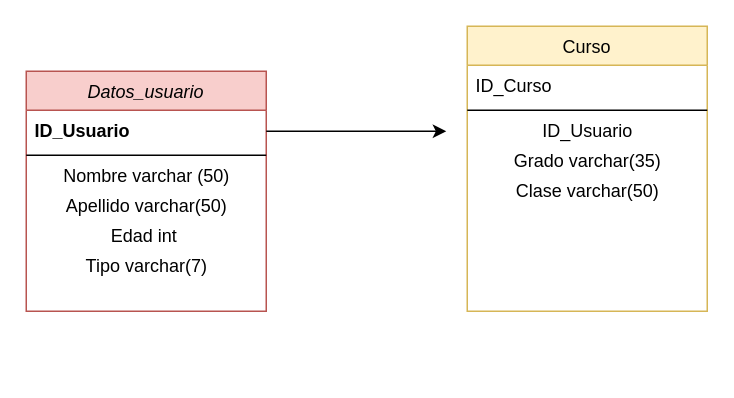
Earlier version of the draw.io diagram Ham-School.drawio (Ham-School/-event_up-mer). Source tidied: cells renumbered, new cells numbered last; positions are measured from the earlier drawing's top-left corner, leaving out a move shared by most shapes. Both pictures are drawn from the tidied source at 150%, with x=0, y=0 at pixel (26, 26).
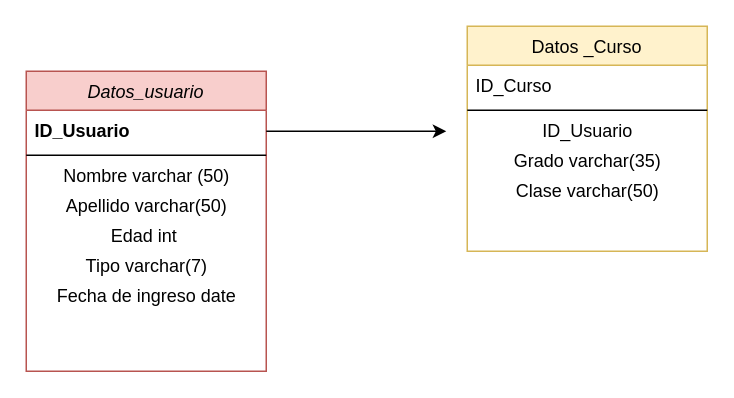
The same diagram, later.

Diff of the diagram source:
```diff
@@
 <mxGraphModel>
   <root>
     <mxCell id="0" />
     <mxCell id="1" parent="0" />
     <mxCell id="2" value="Datos_usuario" style="swimlane;fontStyle=2;align=center;verticalAlign=top;horizontal=1;startSize=26;rounded=0;shadow=0;strokeWidth=1;fillColor=#f8cecc;strokeColor=#b85450;" parent="1" vertex="1">
-      <mxGeometry y="30" width="160" height="160" as="geometry" />
+      <mxGeometry y="30" width="160" height="200" as="geometry" />
     </mxCell>
     <mxCell id="3" value="ID_Usuario" style="text;align=left;verticalAlign=top;spacingLeft=4;spacingRight=4;overflow=hidden;fontStyle=1;" parent="2" vertex="1">
       <mxGeometry y="26" width="160" height="26" as="geometry" />
     </mxCell>
     <mxCell id="4" style="line;html=1;strokeWidth=1;align=left;verticalAlign=middle;spacingTop=-1;spacingLeft=3;spacingRight=3;labelPosition=right;" parent="2" vertex="1">
       <mxGeometry y="52" width="160" height="8" as="geometry" />
     </mxCell>
     <mxCell id="5" value="Nombre varchar (50)" style="text;html=1;align=center;verticalAlign=middle;" parent="2" vertex="1">
       <mxGeometry y="60" width="160" height="20" as="geometry" />
     </mxCell>
     <mxCell id="6" value="Apellido varchar(50)" style="text;html=1;align=center;verticalAlign=middle;" parent="2" vertex="1">
       <mxGeometry y="80" width="160" height="20" as="geometry" />
     </mxCell>
     <mxCell id="7" value="Edad int&amp;nbsp;" style="text;html=1;align=center;verticalAlign=middle;" parent="2" vertex="1">
       <mxGeometry y="100" width="160" height="20" as="geometry" />
     </mxCell>
     <mxCell id="8" value="Tipo varchar(7)" style="text;html=1;align=center;verticalAlign=middle;" parent="2" vertex="1">
       <mxGeometry y="120" width="160" height="20" as="geometry" />
     </mxCell>
+    <mxCell id="16" value="Fecha de ingreso date" style="text;html=1;align=center;verticalAlign=middle;" parent="2" vertex="1">
+      <mxGeometry y="140" width="160" height="20" as="geometry" />
+    </mxCell>
-    <mxCell id="9" value="Curso" style="swimlane;fontStyle=0;align=center;verticalAlign=top;horizontal=1;startSize=26;rounded=0;shadow=0;strokeWidth=1;fillColor=#fff2cc;strokeColor=#d6b656;" parent="1" vertex="1">
-      <mxGeometry x="294" width="160" height="190" as="geometry" />
+    <mxCell id="9" value="Datos _Curso" style="swimlane;fontStyle=0;align=center;verticalAlign=top;horizontal=1;startSize=26;rounded=0;shadow=0;strokeWidth=1;fillColor=#fff2cc;strokeColor=#d6b656;" parent="1" vertex="1">
+      <mxGeometry x="294" width="160" height="150" as="geometry" />
     </mxCell>
     <mxCell id="10" value="ID_Curso" style="text;align=left;verticalAlign=top;spacingLeft=4;spacingRight=4;overflow=hidden;" parent="9" vertex="1">
       <mxGeometry y="26" width="160" height="26" as="geometry" />
     </mxCell>
     <mxCell id="11" style="line;html=1;strokeWidth=1;align=left;verticalAlign=middle;spacingTop=-1;spacingLeft=3;spacingRight=3;labelPosition=right;" parent="9" vertex="1">
       <mxGeometry y="52" width="160" height="8" as="geometry" />
     </mxCell>
     <mxCell id="12" value="ID_Usuario" style="text;html=1;align=center;verticalAlign=middle;" parent="9" vertex="1">
       <mxGeometry y="60" width="160" height="20" as="geometry" />
     </mxCell>
     <mxCell id="13" value="Grado varchar(35)" style="text;html=1;align=center;verticalAlign=middle;" parent="9" vertex="1">
       <mxGeometry y="80" width="160" height="20" as="geometry" />
     </mxCell>
     <mxCell id="14" value="Clase varchar(50)" style="text;html=1;align=center;verticalAlign=middle;" parent="9" vertex="1">
       <mxGeometry y="100" width="160" height="20" as="geometry" />
     </mxCell>
     <mxCell id="15" style="endArrow=classic;html=1;" parent="1" edge="1">
       <mxGeometry relative="1" as="geometry">
         <mxPoint x="160" y="70" as="sourcePoint" />
         <mxPoint x="280" y="70" as="targetPoint" />
       </mxGeometry>
     </mxCell>
   </root>
 </mxGraphModel>
```
